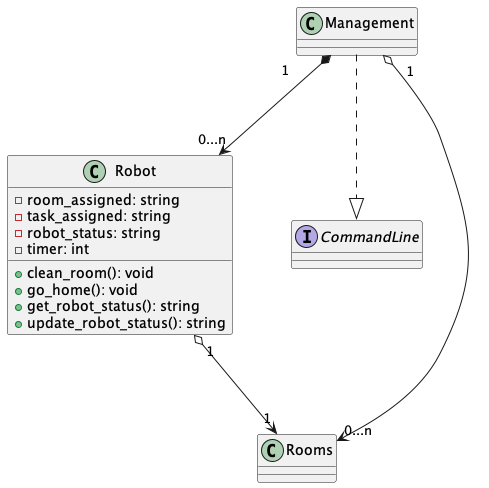
Earlier version of the PlantUML export docs/design/images/robot_class_diagram.png (ur-cs-courses/course-project-krykna).
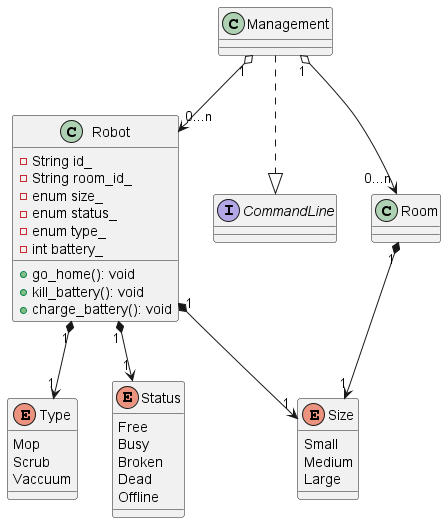
After the commit.

Commit message:
Updated the robot class diagram

Revised the robot class diagram to reflect current state of Robot class

What changed in the source:
```diff
@@ -1,20 +1,43 @@
 @startuml
 class Robot {
-  - room_assigned: string
-  - task_assigned: string
-  - robot_status: string
-  - timer: int
+  - String id_
+  - String room_id_
+  - enum size_
+  - enum status_
+  - enum type_
+  - int battery_
+  + go_home(): void
+  + kill_battery(): void
+  + charge_battery(): void
+}
 
-  + clean_room(): void
-  + go_home(): void
-  + get_robot_status(): string
-  + update_robot_status(): string
+enum Type {
+    Mop
+    Scrub
+    Vaccuum
+}
+
+enum Status {
+    Free
+    Busy
+    Broken
+    Dead
+    Offline
+}
+
+enum Size {
+    Small
+    Medium
+    Large
 }
 
 interface CommandLine {}
 
-Management "1" o--> "0...n" Rooms
-Management "1" *--> "0...n" Robot
-Robot "1" o--> "1" Rooms
+Management "1" o--> "0...n" Room
+Management "1" o--> "0...n" Robot
+Robot "1" *--> "1" Type
+Robot "1" *--> "1" Status
+Room "1" *--> "1" Size
+Robot "1" *--> "1" Size
 Management ..|> CommandLine
 @enduml
```
